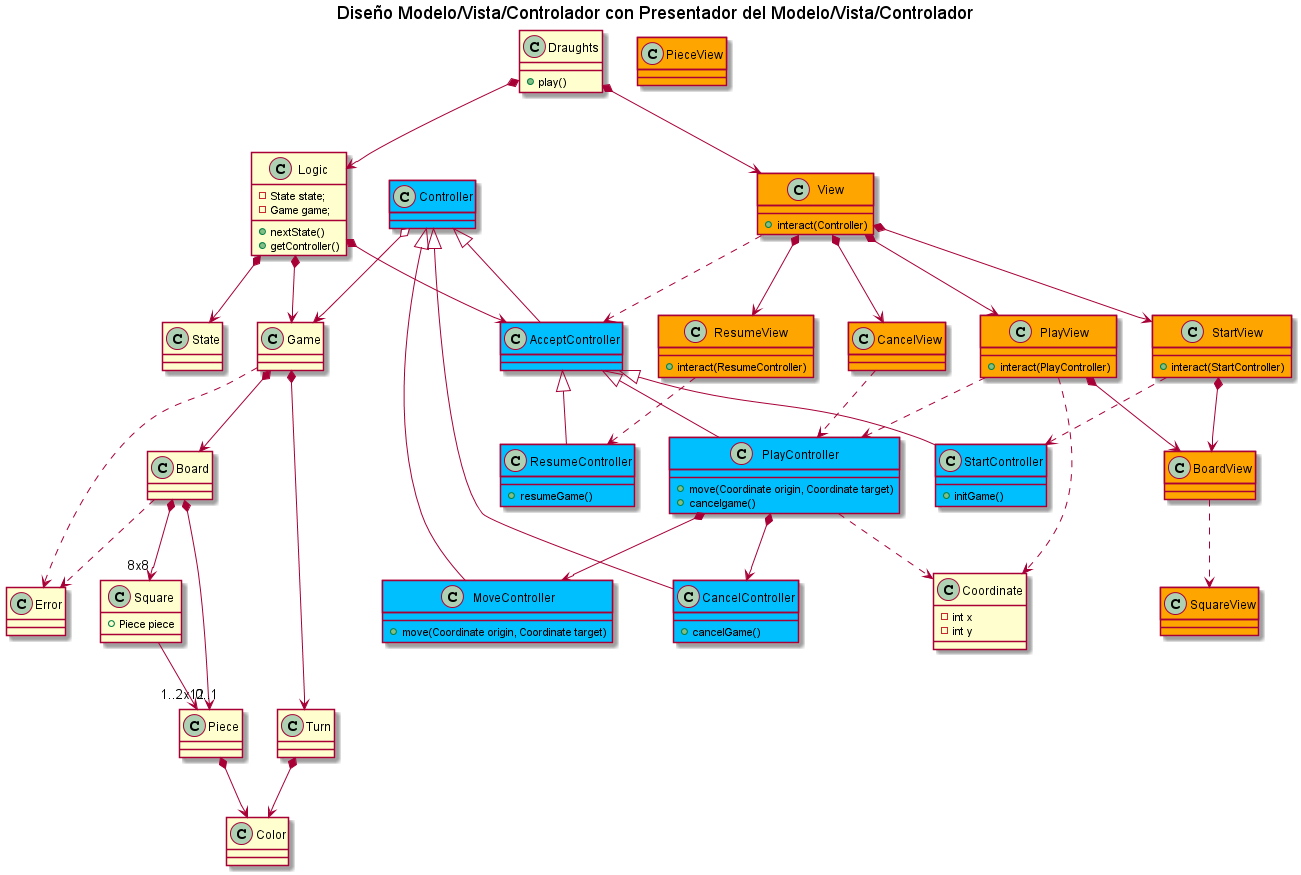
Before: out/uml/DiseñoModeloVistaControladorConPresentadorDelModeloVistaControlador.png, a diagram exported from PlantUML (mscarceller/MasterCloudApps_Damas_con_Damas_Refactoring_TDD).
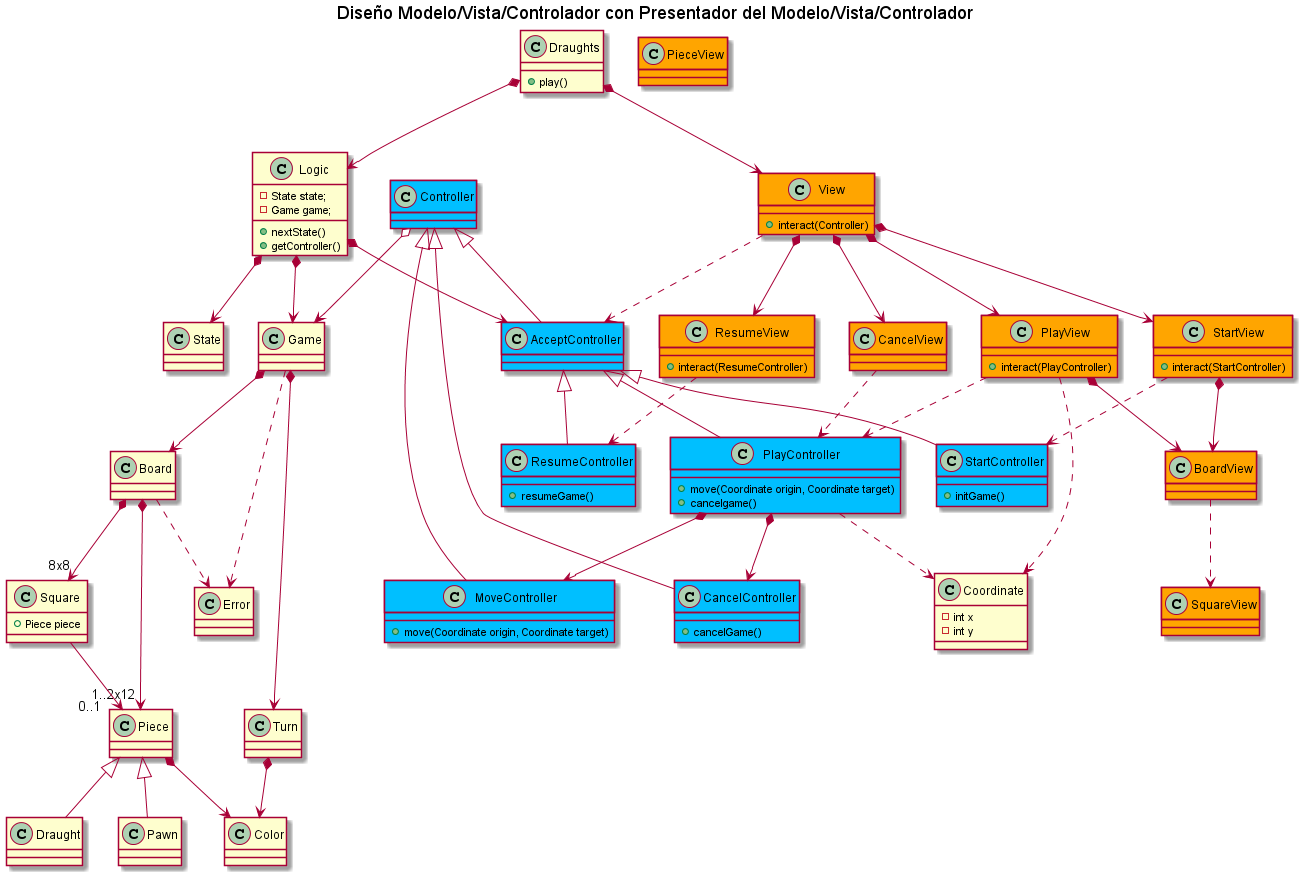
After the change.

What changed in the source:
```diff
@@ -127,6 +127,8 @@
 
 class Piece{
 }
+Piece <|-down- Pawn
+Piece <|-down- Draught
 
 Piece *--> Color
 
```
